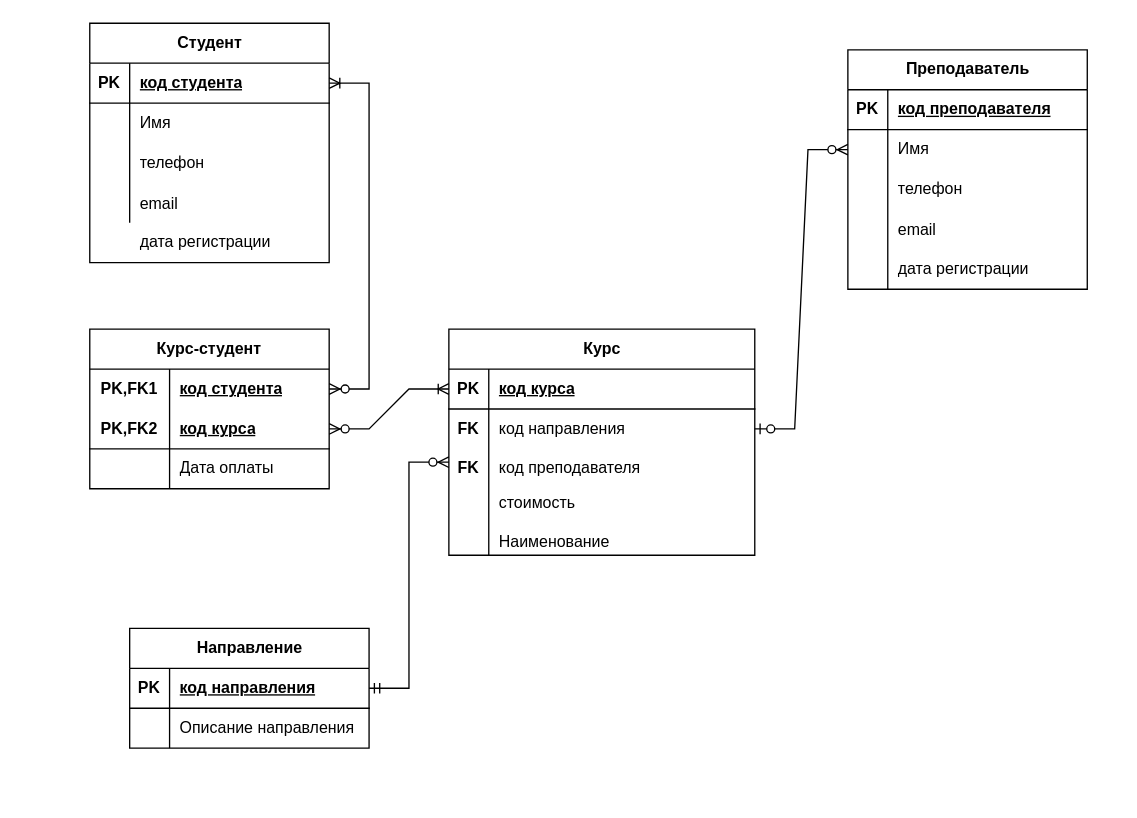
Above: components/Final - core data layer.drawio in vgnevyshev/dwh (draw.io), before the change. Source tidied: cells renumbered, new cells numbered last; positions are measured from the earlier drawing's top-left corner, leaving out a move shared by most shapes. Both pictures are drawn from the tidied source at 133%, with x=0, y=0 at pixel (89, 23).
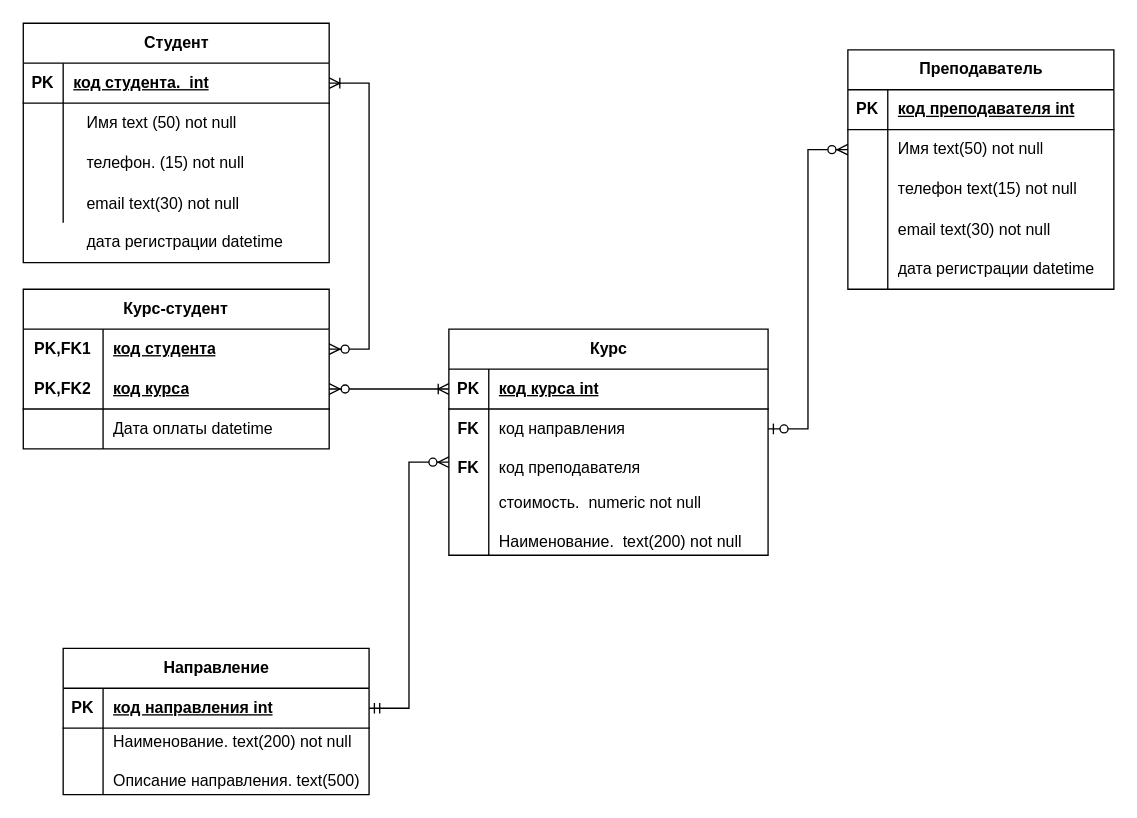
The same diagram, later.

The edit, as a diff of the source:
```diff
@@
     <mxCell id="2" value="Студент" style="shape=table;startSize=30;childLayout=tableLayout;rowLines=0;fontStyle=1;align=center;html=1;" parent="1" vertex="1">
-      <mxGeometry width="180" height="180" as="geometry" />
+      <mxGeometry x="-50" width="230" height="180" as="geometry" />
     </mxCell>
     <mxCell id="3" style="shape=tableRow;horizontal=0;startSize=0;swimlaneHead=0;swimlaneBody=0;fillColor=none;points=[[0,0.5],[1,0.5]];portConstraint=eastwest;top=0;left=0;right=0;bottom=1;" parent="2" vertex="1">
-      <mxGeometry y="30" width="180" height="30" as="geometry" />
+      <mxGeometry y="30" width="230" height="30" as="geometry" />
     </mxCell>
@@
-    <mxCell id="5" value="код студента" style="shape=partialRectangle;fillColor=none;top=0;left=0;bottom=0;right=0;align=left;spacingLeft=6;fontStyle=5;overflow=hidden;whiteSpace=wrap;html=1;" parent="3" vertex="1">
-      <mxGeometry x="30" width="150" height="30" as="geometry" />
+    <mxCell id="5" value="код студента.&amp;nbsp; int" style="shape=partialRectangle;fillColor=none;top=0;left=0;bottom=0;right=0;align=left;spacingLeft=6;fontStyle=5;overflow=hidden;whiteSpace=wrap;html=1;" parent="3" vertex="1">
+      <mxGeometry x="30" width="200" height="30" as="geometry" />
     </mxCell>
     <mxCell id="6" style="shape=tableRow;horizontal=0;startSize=0;swimlaneHead=0;swimlaneBody=0;fillColor=none;top=0;left=0;right=0;bottom=0;" parent="2" vertex="1">
-      <mxGeometry y="60" width="180" height="30" as="geometry" />
+      <mxGeometry y="60" width="230" height="30" as="geometry" />
     </mxCell>
@@
     <mxCell id="8" style="shape=partialRectangle;fillColor=none;top=0;left=0;bottom=0;right=0;align=left;spacingLeft=6;overflow=hidden;whiteSpace=wrap;html=1;" parent="6" vertex="1">
-      <mxGeometry x="30" width="150" height="30" as="geometry" />
+      <mxGeometry x="30" width="200" height="30" as="geometry" />
     </mxCell>
     <mxCell id="9" style="shape=tableRow;horizontal=0;startSize=0;swimlaneHead=0;swimlaneBody=0;fillColor=none;top=0;left=0;right=0;bottom=0;" parent="2" vertex="1">
-      <mxGeometry y="90" width="180" height="30" as="geometry" />
+      <mxGeometry y="90" width="230" height="30" as="geometry" />
     </mxCell>
@@
     <mxCell id="11" style="shape=partialRectangle;fillColor=none;top=0;left=0;bottom=0;right=0;align=left;spacingLeft=6;overflow=hidden;whiteSpace=wrap;html=1;" parent="9" vertex="1">
-      <mxGeometry x="30" width="150" height="30" as="geometry" />
+      <mxGeometry x="30" width="200" height="30" as="geometry" />
     </mxCell>
     <mxCell id="12" style="shape=tableRow;horizontal=0;startSize=0;swimlaneHead=0;swimlaneBody=0;fillColor=none;top=0;left=0;right=0;bottom=0;" parent="2" vertex="1">
-      <mxGeometry y="120" width="180" height="30" as="geometry" />
+      <mxGeometry y="120" width="230" height="30" as="geometry" />
     </mxCell>
@@
     <mxCell id="14" style="shape=partialRectangle;fillColor=none;top=0;left=0;bottom=0;right=0;align=left;spacingLeft=6;overflow=hidden;whiteSpace=wrap;html=1;" parent="12" vertex="1">
-      <mxGeometry x="30" width="150" height="30" as="geometry" />
+      <mxGeometry x="30" width="200" height="30" as="geometry" />
     </mxCell>
     <mxCell id="15" value="Преподаватель" style="shape=table;startSize=30;childLayout=tableLayout;rowLines=0;fontStyle=1;align=center;html=1;" parent="1" vertex="1">
-      <mxGeometry x="570" y="20" width="180" height="180" as="geometry" />
+      <mxGeometry x="570" y="20" width="200" height="180" as="geometry" />
     </mxCell>
     <mxCell id="16" style="shape=tableRow;horizontal=0;startSize=0;swimlaneHead=0;swimlaneBody=0;fillColor=none;top=0;left=0;right=0;bottom=1;" parent="15" vertex="1">
-      <mxGeometry y="30" width="180" height="30" as="geometry" />
+      <mxGeometry y="30" width="200" height="30" as="geometry" />
     </mxCell>
@@
-    <mxCell id="18" value="код преподавателя" style="shape=partialRectangle;fillColor=none;top=0;left=0;bottom=0;right=0;align=left;spacingLeft=6;fontStyle=5;overflow=hidden;whiteSpace=wrap;html=1;" parent="16" vertex="1">
-      <mxGeometry x="30" width="150" height="30" as="geometry" />
+    <mxCell id="18" value="код преподавателя int" style="shape=partialRectangle;fillColor=none;top=0;left=0;bottom=0;right=0;align=left;spacingLeft=6;fontStyle=5;overflow=hidden;whiteSpace=wrap;html=1;" parent="16" vertex="1">
+      <mxGeometry x="30" width="170" height="30" as="geometry" />
     </mxCell>
     <mxCell id="19" style="shape=tableRow;horizontal=0;startSize=0;swimlaneHead=0;swimlaneBody=0;fillColor=none;points=[[0,0.5],[1,0.5]];portConstraint=eastwest;top=0;left=0;right=0;bottom=0;" parent="15" vertex="1">
-      <mxGeometry y="60" width="180" height="30" as="geometry" />
+      <mxGeometry y="60" width="200" height="30" as="geometry" />
     </mxCell>
@@
-    <mxCell id="21" value="Имя" style="shape=partialRectangle;fillColor=none;top=0;left=0;bottom=0;right=0;align=left;spacingLeft=6;overflow=hidden;whiteSpace=wrap;html=1;" parent="19" vertex="1">
-      <mxGeometry x="30" width="150" height="30" as="geometry" />
+    <mxCell id="21" value="Имя text(50) not null" style="shape=partialRectangle;fillColor=none;top=0;left=0;bottom=0;right=0;align=left;spacingLeft=6;overflow=hidden;whiteSpace=wrap;html=1;" parent="19" vertex="1">
+      <mxGeometry x="30" width="170" height="30" as="geometry" />
     </mxCell>
     <mxCell id="22" style="shape=tableRow;horizontal=0;startSize=0;swimlaneHead=0;swimlaneBody=0;fillColor=none;top=0;left=0;right=0;bottom=0;" parent="15" vertex="1">
-      <mxGeometry y="90" width="180" height="30" as="geometry" />
+      <mxGeometry y="90" width="200" height="30" as="geometry" />
     </mxCell>
@@
-    <mxCell id="24" value="телефон" style="shape=partialRectangle;fillColor=none;top=0;left=0;bottom=0;right=0;align=left;spacingLeft=6;overflow=hidden;whiteSpace=wrap;html=1;" parent="22" vertex="1">
-      <mxGeometry x="30" width="150" height="30" as="geometry" />
+    <mxCell id="24" value="телефон text(15) not null" style="shape=partialRectangle;fillColor=none;top=0;left=0;bottom=0;right=0;align=left;spacingLeft=6;overflow=hidden;whiteSpace=wrap;html=1;" parent="22" vertex="1">
+      <mxGeometry x="30" width="170" height="30" as="geometry" />
     </mxCell>
     <mxCell id="25" style="shape=tableRow;horizontal=0;startSize=0;swimlaneHead=0;swimlaneBody=0;fillColor=none;top=0;left=0;right=0;bottom=0;" parent="15" vertex="1">
-      <mxGeometry y="120" width="180" height="60" as="geometry" />
+      <mxGeometry y="120" width="200" height="60" as="geometry" />
     </mxCell>
@@
-    <mxCell id="27" value="email&lt;br&gt;&lt;br&gt;дата регистрации" style="shape=partialRectangle;fillColor=none;top=0;left=0;bottom=0;right=0;align=left;spacingLeft=6;overflow=hidden;whiteSpace=wrap;html=1;" parent="25" vertex="1">
-      <mxGeometry x="30" width="150" height="60" as="geometry" />
+    <mxCell id="27" value="email text(30) not null&lt;br&gt;&lt;br&gt;дата регистрации datetime" style="shape=partialRectangle;fillColor=none;top=0;left=0;bottom=0;right=0;align=left;spacingLeft=6;overflow=hidden;whiteSpace=wrap;html=1;" parent="25" vertex="1">
+      <mxGeometry x="30" width="170" height="60" as="geometry" />
     </mxCell>
     <mxCell id="28" value="Курс" style="shape=table;startSize=30;childLayout=tableLayout;rowLines=0;fontStyle=1;align=center;html=1;" parent="1" vertex="1">
-      <mxGeometry x="270" y="230" width="230" height="170" as="geometry" />
+      <mxGeometry x="270" y="230" width="240" height="170" as="geometry" />
     </mxCell>
     <mxCell id="29" style="shape=tableRow;horizontal=0;startSize=0;swimlaneHead=0;swimlaneBody=0;fillColor=none;points=[[0,0.5],[1,0.5]];portConstraint=eastwest;top=0;left=0;right=0;bottom=1;" parent="28" vertex="1">
-      <mxGeometry y="30" width="230" height="30" as="geometry" />
+      <mxGeometry y="30" width="240" height="30" as="geometry" />
     </mxCell>
@@
-    <mxCell id="31" value="код курса" style="shape=partialRectangle;fillColor=none;top=0;left=0;bottom=0;right=0;align=left;spacingLeft=6;fontStyle=5;overflow=hidden;whiteSpace=wrap;html=1;" parent="29" vertex="1">
-      <mxGeometry x="30" width="200" height="30" as="geometry" />
+    <mxCell id="31" value="код курса int" style="shape=partialRectangle;fillColor=none;top=0;left=0;bottom=0;right=0;align=left;spacingLeft=6;fontStyle=5;overflow=hidden;whiteSpace=wrap;html=1;" parent="29" vertex="1">
+      <mxGeometry x="30" width="210" height="30" as="geometry" />
     </mxCell>
     <mxCell id="32" style="shape=tableRow;horizontal=0;startSize=0;swimlaneHead=0;swimlaneBody=0;fillColor=none;points=[[0,0.5],[1,0.5]];portConstraint=eastwest;top=0;left=0;right=0;bottom=0;" parent="28" vertex="1">
-      <mxGeometry y="60" width="230" height="30" as="geometry" />
+      <mxGeometry y="60" width="240" height="30" as="geometry" />
     </mxCell>
@@
     <mxCell id="34" value="код направления" style="shape=partialRectangle;fillColor=none;top=0;left=0;bottom=0;right=0;align=left;spacingLeft=6;overflow=hidden;whiteSpace=wrap;html=1;" parent="32" vertex="1">
-      <mxGeometry x="30" width="200" height="30" as="geometry" />
+      <mxGeometry x="30" width="210" height="30" as="geometry" />
     </mxCell>
     <mxCell id="35" style="shape=tableRow;horizontal=0;startSize=0;swimlaneHead=0;swimlaneBody=0;fillColor=none;top=0;left=0;right=0;bottom=0;" parent="28" vertex="1">
-      <mxGeometry y="90" width="230" height="30" as="geometry" />
+      <mxGeometry y="90" width="240" height="30" as="geometry" />
     </mxCell>
@@
     <mxCell id="37" value="код преподавателя" style="shape=partialRectangle;fillColor=none;top=0;left=0;bottom=0;right=0;align=left;spacingLeft=6;overflow=hidden;whiteSpace=wrap;html=1;" parent="35" vertex="1">
-      <mxGeometry x="30" width="200" height="30" as="geometry" />
+      <mxGeometry x="30" width="210" height="30" as="geometry" />
     </mxCell>
     <mxCell id="38" style="shape=tableRow;horizontal=0;startSize=0;swimlaneHead=0;swimlaneBody=0;fillColor=none;top=0;left=0;right=0;bottom=0;" parent="28" vertex="1">
-      <mxGeometry y="120" width="230" height="50" as="geometry" />
+      <mxGeometry y="120" width="240" height="50" as="geometry" />
     </mxCell>
@@
-    <mxCell id="40" value="стоимость&lt;br&gt;&lt;br&gt;Наименование" style="shape=partialRectangle;fillColor=none;top=0;left=0;bottom=0;right=0;align=left;spacingLeft=6;overflow=hidden;whiteSpace=wrap;html=1;" parent="38" vertex="1">
-      <mxGeometry x="30" width="200" height="50" as="geometry" />
+    <mxCell id="40" value="стоимость.&amp;nbsp; numeric not null&amp;nbsp;&lt;br&gt;&lt;br&gt;Наименование.&amp;nbsp; text(200) not null" style="shape=partialRectangle;fillColor=none;top=0;left=0;bottom=0;right=0;align=left;spacingLeft=6;overflow=hidden;whiteSpace=wrap;html=1;" parent="38" vertex="1">
+      <mxGeometry x="30" width="210" height="50" as="geometry" />
     </mxCell>
     <mxCell id="41" value="Направление" style="shape=table;startSize=30;childLayout=tableLayout;rowLines=0;fontStyle=1;align=center;html=1;" parent="1" vertex="1">
-      <mxGeometry x="30" y="455" width="180" height="90" as="geometry" />
+      <mxGeometry x="-20" y="470" width="230" height="110" as="geometry" />
     </mxCell>
     <mxCell id="42" style="shape=tableRow;horizontal=0;startSize=0;swimlaneHead=0;swimlaneBody=0;fillColor=none;points=[[0,0.5],[1,0.5]];portConstraint=eastwest;top=0;left=0;right=0;bottom=1;" parent="41" vertex="1">
-      <mxGeometry y="30" width="180" height="30" as="geometry" />
+      <mxGeometry y="30" width="230" height="30" as="geometry" />
     </mxCell>
@@
-    <mxCell id="44" value="код направления" style="shape=partialRectangle;fillColor=none;top=0;left=0;bottom=0;right=0;align=left;spacingLeft=6;fontStyle=5;overflow=hidden;whiteSpace=wrap;html=1;" parent="42" vertex="1">
-      <mxGeometry x="30" width="150" height="30" as="geometry" />
+    <mxCell id="44" value="код направления int" style="shape=partialRectangle;fillColor=none;top=0;left=0;bottom=0;right=0;align=left;spacingLeft=6;fontStyle=5;overflow=hidden;whiteSpace=wrap;html=1;" parent="42" vertex="1">
+      <mxGeometry x="30" width="200" height="30" as="geometry" />
     </mxCell>
     <mxCell id="45" style="shape=tableRow;horizontal=0;startSize=0;swimlaneHead=0;swimlaneBody=0;fillColor=none;top=0;left=0;right=0;bottom=0;" parent="41" vertex="1">
-      <mxGeometry y="60" width="180" height="30" as="geometry" />
+      <mxGeometry y="60" width="230" height="50" as="geometry" />
     </mxCell>
     <mxCell id="46" style="shape=partialRectangle;fillColor=none;top=0;left=0;bottom=0;right=0;overflow=hidden;whiteSpace=wrap;html=1;" parent="45" vertex="1">
-      <mxGeometry width="30" height="30" as="geometry" />
+      <mxGeometry width="30" height="50" as="geometry" />
     </mxCell>
-    <mxCell id="47" value="Описание направления" style="shape=partialRectangle;fillColor=none;top=0;left=0;bottom=0;right=0;align=left;spacingLeft=6;overflow=hidden;whiteSpace=wrap;html=1;" parent="45" vertex="1">
-      <mxGeometry x="30" width="150" height="30" as="geometry" />
+    <mxCell id="47" value="Наименование. text(200) not null&lt;br&gt;&lt;br&gt;Описание направления. text(500)&amp;nbsp;" style="shape=partialRectangle;fillColor=none;top=0;left=0;bottom=0;right=0;align=left;spacingLeft=6;overflow=hidden;whiteSpace=wrap;html=1;" parent="45" vertex="1">
+      <mxGeometry x="30" width="200" height="50" as="geometry" />
     </mxCell>
@@
     <mxCell id="49" value="Курс-студент" style="shape=table;startSize=30;childLayout=tableLayout;rowLines=0;fontStyle=1;align=center;html=1;whiteSpace=wrap;" parent="1" vertex="1">
-      <mxGeometry y="230" width="180" height="120" as="geometry" />
+      <mxGeometry x="-50" y="200" width="230" height="120" as="geometry" />
     </mxCell>
     <mxCell id="50" style="shape=tableRow;horizontal=0;startSize=0;swimlaneHead=0;swimlaneBody=0;fillColor=none;points=[[0,0.5],[1,0.5]];portConstraint=eastwest;top=0;left=0;right=0;bottom=0;html=1;" parent="49" vertex="1">
-      <mxGeometry y="30" width="180" height="30" as="geometry" />
+      <mxGeometry y="30" width="230" height="30" as="geometry" />
     </mxCell>
@@
     <mxCell id="52" value="код студента" style="shape=partialRectangle;fillColor=none;top=0;left=0;bottom=0;right=0;align=left;spacingLeft=6;fontStyle=5;overflow=hidden;html=1;whiteSpace=wrap;" parent="50" vertex="1">
-      <mxGeometry x="60" width="120" height="30" as="geometry" />
+      <mxGeometry x="60" width="170" height="30" as="geometry" />
     </mxCell>
     <mxCell id="53" style="shape=tableRow;horizontal=0;startSize=0;swimlaneHead=0;swimlaneBody=0;fillColor=none;points=[[0,0.5],[1,0.5]];portConstraint=eastwest;top=0;left=0;right=0;bottom=1;html=1;" parent="49" vertex="1">
-      <mxGeometry y="60" width="180" height="30" as="geometry" />
+      <mxGeometry y="60" width="230" height="30" as="geometry" />
     </mxCell>
@@
     <mxCell id="55" value="код курса" style="shape=partialRectangle;fillColor=none;top=0;left=0;bottom=0;right=0;align=left;spacingLeft=6;fontStyle=5;overflow=hidden;html=1;whiteSpace=wrap;" parent="53" vertex="1">
-      <mxGeometry x="60" width="120" height="30" as="geometry" />
+      <mxGeometry x="60" width="170" height="30" as="geometry" />
     </mxCell>
     <mxCell id="56" style="shape=tableRow;horizontal=0;startSize=0;swimlaneHead=0;swimlaneBody=0;fillColor=none;top=0;left=0;right=0;bottom=0;html=1;" parent="49" vertex="1">
-      <mxGeometry y="90" width="180" height="30" as="geometry" />
+      <mxGeometry y="90" width="230" height="30" as="geometry" />
     </mxCell>
@@
-    <mxCell id="58" value="Дата оплаты" style="shape=partialRectangle;fillColor=none;top=0;left=0;bottom=0;right=0;align=left;spacingLeft=6;overflow=hidden;html=1;whiteSpace=wrap;" parent="56" vertex="1">
-      <mxGeometry x="60" width="120" height="30" as="geometry" />
+    <mxCell id="58" value="Дата оплаты datetime" style="shape=partialRectangle;fillColor=none;top=0;left=0;bottom=0;right=0;align=left;spacingLeft=6;overflow=hidden;html=1;whiteSpace=wrap;" parent="56" vertex="1">
+      <mxGeometry x="60" width="170" height="30" as="geometry" />
     </mxCell>
@@
-    <mxCell id="66" value="Имя" style="shape=partialRectangle;fillColor=none;top=0;left=0;bottom=0;right=0;align=left;spacingLeft=6;overflow=hidden;whiteSpace=wrap;html=1;" parent="1" vertex="1">
-      <mxGeometry x="30" y="60" width="150" height="30" as="geometry" />
+    <mxCell id="66" value="Имя text (50) not null" style="shape=partialRectangle;fillColor=none;top=0;left=0;bottom=0;right=0;align=left;spacingLeft=6;overflow=hidden;whiteSpace=wrap;html=1;" parent="1" vertex="1">
+      <mxGeometry x="-10" y="60" width="190" height="30" as="geometry" />
     </mxCell>
-    <mxCell id="67" value="телефон" style="shape=partialRectangle;fillColor=none;top=0;left=0;bottom=0;right=0;align=left;spacingLeft=6;overflow=hidden;whiteSpace=wrap;html=1;" parent="1" vertex="1">
-      <mxGeometry x="30" y="90" width="150" height="30" as="geometry" />
+    <mxCell id="67" value="телефон. (15) not null" style="shape=partialRectangle;fillColor=none;top=0;left=0;bottom=0;right=0;align=left;spacingLeft=6;overflow=hidden;whiteSpace=wrap;html=1;" parent="1" vertex="1">
+      <mxGeometry x="-10" y="90" width="190" height="30" as="geometry" />
     </mxCell>
-    <mxCell id="68" value="email&lt;br&gt;&lt;br&gt;дата регистрации" style="shape=partialRectangle;fillColor=none;top=0;left=0;bottom=0;right=0;align=left;spacingLeft=6;overflow=hidden;whiteSpace=wrap;html=1;" parent="1" vertex="1">
-      <mxGeometry x="30" y="120" width="150" height="60" as="geometry" />
+    <mxCell id="68" value="email text(30) not null&lt;br&gt;&lt;br&gt;дата регистрации datetime" style="shape=partialRectangle;fillColor=none;top=0;left=0;bottom=0;right=0;align=left;spacingLeft=6;overflow=hidden;whiteSpace=wrap;html=1;" parent="1" vertex="1">
+      <mxGeometry x="-10" y="120" width="190" height="60" as="geometry" />
     </mxCell>
```
